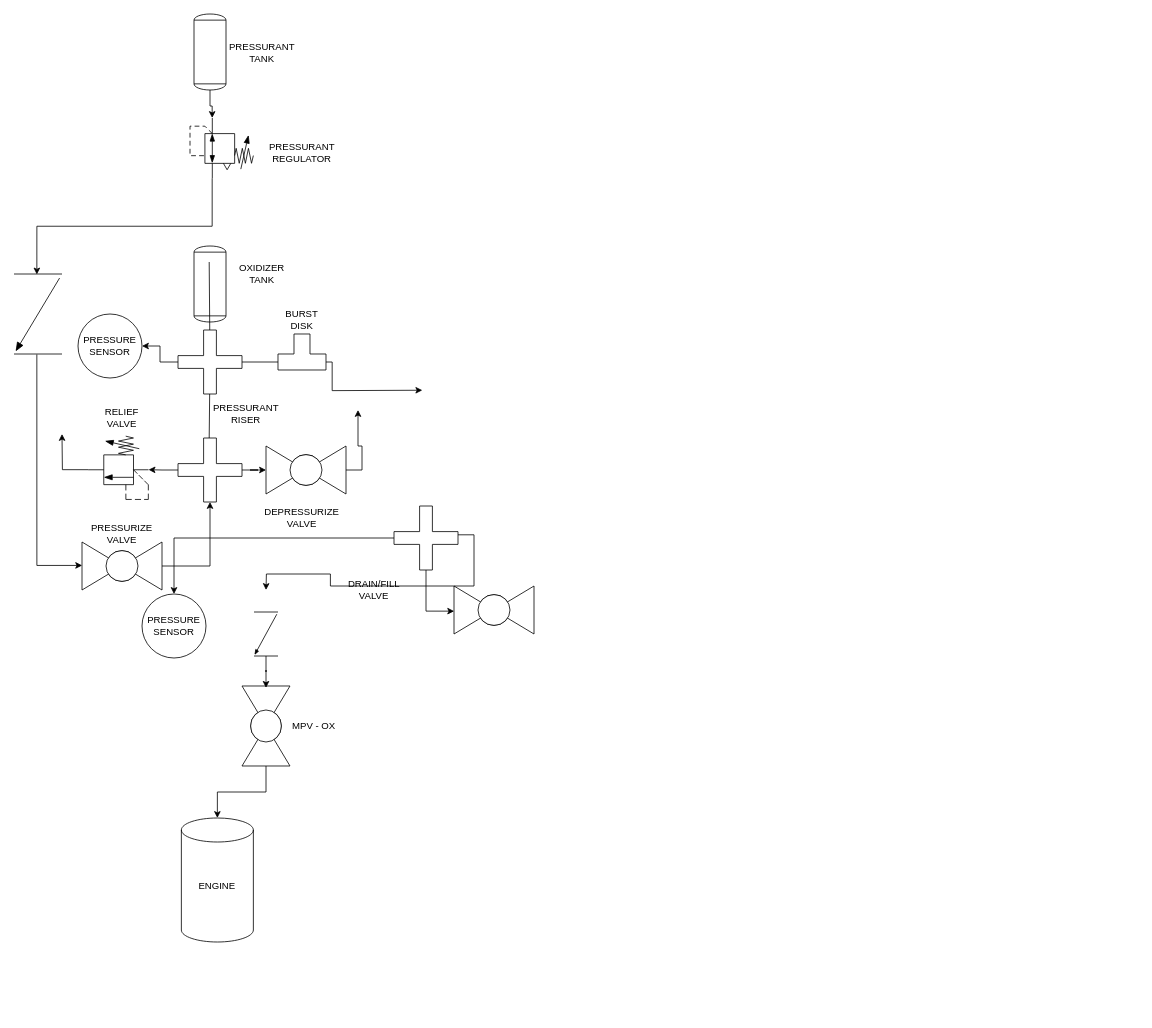
Before: ZEPHYR-X1000.drawio in jaredhumphreys3141/ZEPHYR-X1000, a draw.io diagram. Source tidied: cells renumbered, new cells numbered last; positions are measured from the earlier drawing's top-left corner, leaving out a move shared by most shapes. Both pictures are drawn from the tidied source at 80%, with x=0, y=0 at pixel (-2, 14).
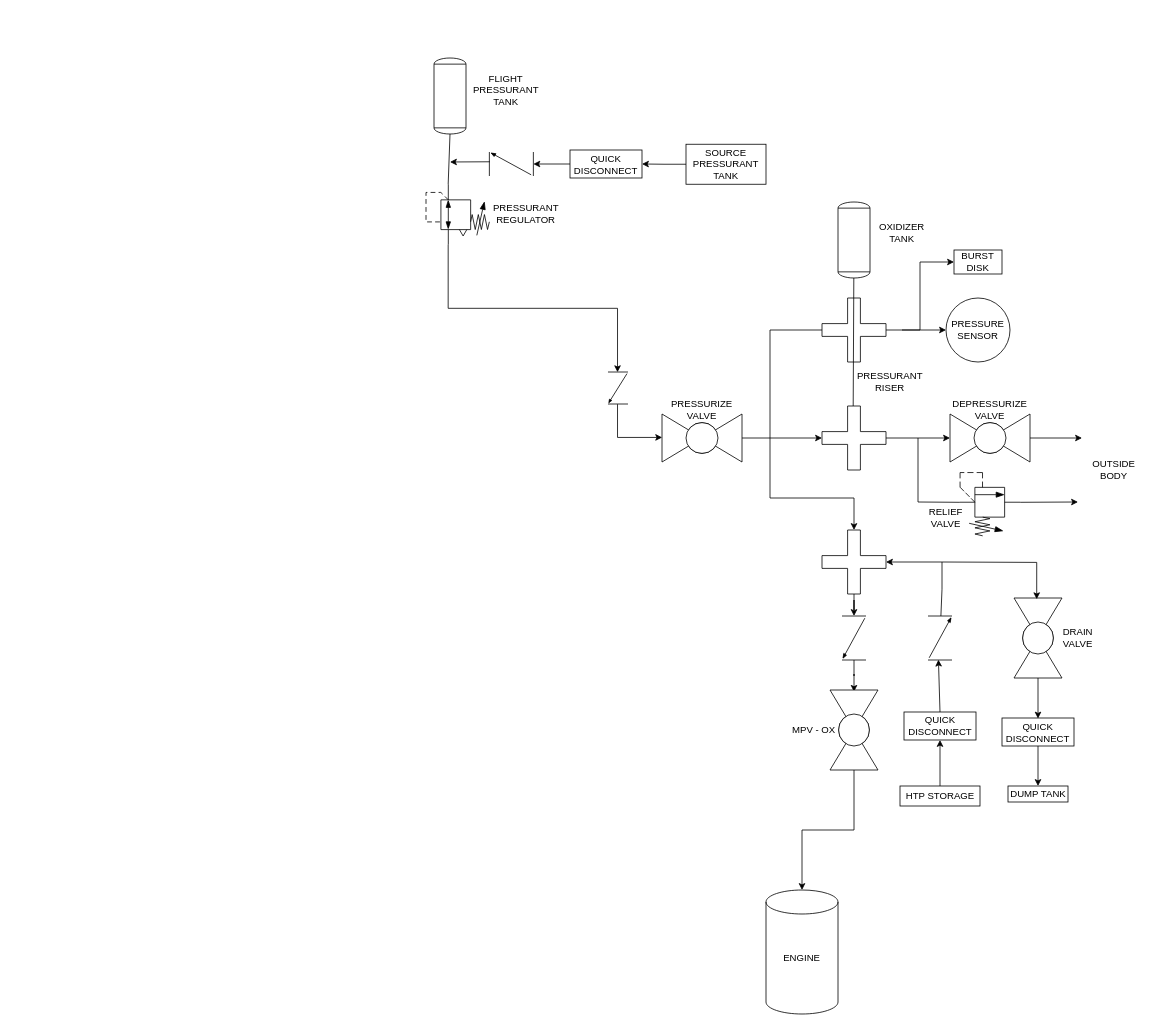
Above is the later version.

Change to the diagram source:
```diff
@@
-    <mxCell id="2" style="edgeStyle=orthogonalEdgeStyle;rounded=0;jettySize=auto;html=1;entryX=0.35;entryY=0;entryDx=0;entryDy=0;entryPerimeter=0;" parent="1" edge="1" source="3" target="6">
-      <mxGeometry relative="1" as="geometry" />
-    </mxCell>
     <mxCell id="3" style="shape=mxgraph.pid.vessels.tank;html=1;align=center;verticalLabelPosition=bottom;verticalAlign=top;dashed=0;" parent="1" vertex="1">
-      <mxGeometry x="245" width="40" height="95" as="geometry" />
+      <mxGeometry x="545" y="55" width="40" height="95" as="geometry" />
     </mxCell>
-    <mxCell id="4" style="shape=mxgraph.pid.vessels.tank;html=1;align=center;verticalLabelPosition=bottom;verticalAlign=top;dashed=0;" parent="1" vertex="1">
-      <mxGeometry x="245" y="290" width="40" height="95" as="geometry" />
-    </mxCell>
@@
     <mxCell id="6" style="verticalLabelPosition=bottom;html=1;verticalAlign=top;fillColor=strokeColor;align=center;outlineConnect=0;shape=mxgraph.fluid_power.x10540;points=[[0.35,0,0],[0.35,1,0]];" parent="1" vertex="1">
-      <mxGeometry x="240" y="130" width="79.2" height="75.5" as="geometry" />
+      <mxGeometry x="535" y="212.8" width="79.2" height="75.5" as="geometry" />
     </mxCell>
@@
-    <mxCell id="8" style="edgeStyle=orthogonalEdgeStyle;rounded=0;jettySize=auto;html=1;entryX=0.47;entryY=1;entryDx=0;entryDy=0;entryPerimeter=0;" parent="1" edge="1" source="9" target="17">
-      <mxGeometry relative="1" as="geometry" />
-    </mxCell>
     <mxCell id="9" style="shape=cross;whiteSpace=wrap;html=1;" parent="1" vertex="1">
-      <mxGeometry x="225" y="530" width="80" height="80" as="geometry" />
+      <mxGeometry x="1030" y="490" width="80" height="80" as="geometry" />
     </mxCell>
-    <mxCell id="10" style="edgeStyle=orthogonalEdgeStyle;rounded=0;jettySize=auto;html=1;entryX=0.003;entryY=0.494;entryDx=0;entryDy=0;entryPerimeter=0;exitX=1;exitY=0.5;exitDx=0;exitDy=0;exitPerimeter=0;" parent="1" edge="1" source="37">
-      <mxGeometry relative="1" as="geometry">
-        <mxPoint x="530.4" y="470.3" as="targetPoint" />
-      </mxGeometry>
+    <mxCell id="10" style="edgeStyle=orthogonalEdgeStyle;rounded=0;jettySize=auto;html=1;entryX=0;entryY=0.5;entryDx=0;entryDy=0;exitX=1;exitY=0.5;exitDx=0;exitDy=0;exitPerimeter=0;" parent="1" edge="1" source="37" target="47">
+      <mxGeometry relative="1" as="geometry" />
     </mxCell>
     <mxCell id="11" value="OXIDIZER TANK" style="text;html=1;whiteSpace=wrap;strokeColor=none;fillColor=none;align=center;verticalAlign=middle;rounded=0;" parent="1" vertex="1">
-      <mxGeometry x="300" y="310" width="60" height="30" as="geometry" />
+      <mxGeometry x="1100" y="257.5" width="60" height="30" as="geometry" />
     </mxCell>
     <mxCell id="12" value="PRESSURANT RISER" style="text;html=1;whiteSpace=wrap;strokeColor=none;fillColor=none;align=center;verticalAlign=middle;rounded=0;" parent="1" vertex="1">
-      <mxGeometry x="280" y="485" width="60" height="30" as="geometry" />
+      <mxGeometry x="1085" y="445" width="60" height="30" as="geometry" />
     </mxCell>
@@
-    <mxCell id="14" style="verticalLabelPosition=bottom;align=center;html=1;verticalAlign=top;dashed=0;shape=mxgraph.pid2valves.valve;valveType=ball;rotation=-90;" parent="1" vertex="1">
-      <mxGeometry x="285" y="860" width="100" height="60" as="geometry" />
-    </mxCell>
-    <mxCell id="15" value="MPV - OX" style="text;html=1;whiteSpace=wrap;strokeColor=none;fillColor=none;align=center;verticalAlign=middle;rounded=0;" parent="1" vertex="1">
-      <mxGeometry x="365" y="875" width="60" height="30" as="geometry" />
-    </mxCell>
-    <mxCell id="16" style="edgeStyle=orthogonalEdgeStyle;rounded=0;jettySize=auto;html=1;exitX=0.47;exitY=0;exitDx=0;exitDy=0;exitPerimeter=0;" parent="1" edge="1" source="17">
-      <mxGeometry relative="1" as="geometry">
-        <mxPoint x="80" y="525" as="targetPoint" />
-      </mxGeometry>
-    </mxCell>
-    <mxCell id="17" style="verticalLabelPosition=bottom;html=1;verticalAlign=top;fillColor=strokeColor;align=center;outlineConnect=0;shape=mxgraph.fluid_power.x10500;points=[[0.47,0,0],[0.47,1,0]];rotation=-90;" parent="1" vertex="1">
-      <mxGeometry x="110.9" y="529.5" width="79.1" height="75.5" as="geometry" />
+    <mxCell id="17" style="verticalLabelPosition=bottom;html=1;verticalAlign=top;fillColor=strokeColor;align=center;outlineConnect=0;shape=mxgraph.fluid_power.x10500;points=[[0.47,0,0],[0.47,1,0]];rotation=90;" parent="1" vertex="1">
+      <mxGeometry x="1200.5" y="575" width="79.1" height="75.5" as="geometry" />
     </mxCell>
-    <mxCell id="18" value="RELIEF VALVE" style="text;html=1;whiteSpace=wrap;strokeColor=none;fillColor=none;align=center;verticalAlign=middle;rounded=0;" parent="1" vertex="1">
-      <mxGeometry x="125" y="490" width="60" height="30" as="geometry" />
-    </mxCell>
-    <mxCell id="19" style="verticalLabelPosition=bottom;align=center;html=1;verticalAlign=top;dashed=0;shape=mxgraph.pid2valves.valve;valveType=ball;rotation=0;" parent="1" vertex="1">
-      <mxGeometry x="570" y="715" width="100" height="60" as="geometry" />
+    <mxCell id="19" style="verticalLabelPosition=bottom;align=center;html=1;verticalAlign=top;dashed=0;shape=mxgraph.pid2valves.valve;valveType=ball;rotation=-90;" parent="1" vertex="1">
+      <mxGeometry x="1250" y="750" width="100" height="60" as="geometry" />
     </mxCell>
-    <mxCell id="20" value="DRAIN/FILL VALVE" style="text;html=1;whiteSpace=wrap;strokeColor=none;fillColor=none;align=center;verticalAlign=middle;rounded=0;" parent="1" vertex="1">
-      <mxGeometry x="440" y="705" width="60" height="30" as="geometry" />
+    <mxCell id="20" value="DRAIN VALVE" style="text;html=1;whiteSpace=wrap;strokeColor=none;fillColor=none;align=center;verticalAlign=middle;rounded=0;" parent="1" vertex="1">
+      <mxGeometry x="1319.5" y="765" width="60" height="30" as="geometry" />
     </mxCell>
-    <mxCell id="21" style="edgeStyle=orthogonalEdgeStyle;rounded=0;jettySize=auto;html=1;entryX=0;entryY=0;entryDx=80;entryDy=10;entryPerimeter=0;exitX=0.993;exitY=0.45;exitDx=0;exitDy=0;exitPerimeter=0;" parent="1" edge="1" source="49">
-      <mxGeometry relative="1" as="geometry">
-        <mxPoint x="335" y="720" as="targetPoint" />
-      </mxGeometry>
-    </mxCell>
     <mxCell id="22" value="PRESSURANT REGULATOR" style="text;html=1;whiteSpace=wrap;strokeColor=none;fillColor=none;align=center;verticalAlign=middle;rounded=0;" parent="1" vertex="1">
-      <mxGeometry x="350" y="157.8" width="60" height="30" as="geometry" />
+      <mxGeometry x="630" y="235" width="60" height="30" as="geometry" />
     </mxCell>
-    <mxCell id="23" value="PRESSURANT TANK" style="text;html=1;whiteSpace=wrap;strokeColor=none;fillColor=none;align=center;verticalAlign=middle;rounded=0;" parent="1" vertex="1">
-      <mxGeometry x="300" y="32.5" width="60" height="30" as="geometry" />
+    <mxCell id="23" value="&lt;div&gt;FLIGHT&lt;/div&gt;PRESSURANT TANK" style="text;html=1;whiteSpace=wrap;strokeColor=none;fillColor=none;align=center;verticalAlign=middle;rounded=0;" parent="1" vertex="1">
+      <mxGeometry x="605" y="80" width="60" height="30" as="geometry" />
     </mxCell>
-    <mxCell id="24" style="edgeStyle=orthogonalEdgeStyle;rounded=0;jettySize=auto;html=1;entryX=0.5;entryY=1;entryDx=0;entryDy=0;entryPerimeter=0;" parent="1" edge="1" source="25" target="9">
+    <mxCell id="24" style="edgeStyle=orthogonalEdgeStyle;rounded=0;jettySize=auto;html=1;" parent="1" edge="1" source="25" target="9">
       <mxGeometry relative="1" as="geometry" />
     </mxCell>
     <mxCell id="25" style="verticalLabelPosition=bottom;align=center;html=1;verticalAlign=top;dashed=0;shape=mxgraph.pid2valves.valve;valveType=ball;" parent="1" vertex="1">
-      <mxGeometry x="105" y="660" width="100" height="60" as="geometry" />
+      <mxGeometry x="830" y="500" width="100" height="60" as="geometry" />
     </mxCell>
     <mxCell id="26" value="PRESSURIZE VALVE" style="text;html=1;whiteSpace=wrap;strokeColor=none;fillColor=none;align=center;verticalAlign=middle;rounded=0;" parent="1" vertex="1">
-      <mxGeometry x="125" y="635" width="60" height="30" as="geometry" />
+      <mxGeometry x="850" y="480" width="60" height="30" as="geometry" />
     </mxCell>
-    <mxCell id="27" style="edgeStyle=orthogonalEdgeStyle;rounded=0;jettySize=auto;html=1;" parent="1" edge="1" source="28">
-      <mxGeometry relative="1" as="geometry">
-        <mxPoint x="450" y="495" as="targetPoint" />
-        <Array as="points">
-          <mxPoint x="455" y="570" />
-          <mxPoint x="455" y="540" />
-          <mxPoint x="450" y="540" />
-        </Array>
-      </mxGeometry>
-    </mxCell>
     <mxCell id="28" style="verticalLabelPosition=bottom;align=center;html=1;verticalAlign=top;dashed=0;shape=mxgraph.pid2valves.valve;valveType=ball;" parent="1" vertex="1">
-      <mxGeometry x="335" y="540" width="100" height="60" as="geometry" />
+      <mxGeometry x="1190" y="500" width="100" height="60" as="geometry" />
     </mxCell>
     <mxCell id="29" value="DEPRESSURIZE VALVE" style="text;html=1;whiteSpace=wrap;strokeColor=none;fillColor=none;align=center;verticalAlign=middle;rounded=0;" parent="1" vertex="1">
-      <mxGeometry x="350" y="615" width="60" height="30" as="geometry" />
+      <mxGeometry x="1210" y="480" width="60" height="30" as="geometry" />
     </mxCell>
-    <mxCell id="30" style="endArrow=none;html=1;rounded=0;" parent="1" edge="1" source="37">
-      <mxGeometry relative="1" as="geometry">
-        <mxPoint x="264" y="310" as="targetPoint" />
-      </mxGeometry>
-    </mxCell>
@@
     <mxCell id="32" style="verticalLabelPosition=bottom;align=center;html=1;verticalAlign=top;dashed=0;shape=mxgraph.pid2valves.valve;valveType=check;rotation=90;" parent="1" vertex="1">
-      <mxGeometry y="345" width="100" height="60" as="geometry" />
+      <mxGeometry x="755" y="455" width="40" height="25" as="geometry" />
     </mxCell>
-    <mxCell id="33" style="edgeStyle=orthogonalEdgeStyle;rounded=0;jettySize=auto;html=1;entryX=0.002;entryY=0.524;entryDx=0;entryDy=0;entryPerimeter=0;" parent="1" edge="1" source="49" target="19">
-      <mxGeometry relative="1" as="geometry" />
-    </mxCell>
-    <mxCell id="34" style="edgeStyle=orthogonalEdgeStyle;rounded=0;jettySize=auto;html=1;" parent="1" edge="1" source="49" target="39">
-      <mxGeometry relative="1" as="geometry" />
-    </mxCell>
-    <mxCell id="35" style="endArrow=none;html=1;rounded=0;" parent="1" edge="1" target="37">
-      <mxGeometry relative="1" as="geometry">
-        <mxPoint x="264" y="530" as="sourcePoint" />
-      </mxGeometry>
-    </mxCell>
-    <mxCell id="36" style="edgeStyle=orthogonalEdgeStyle;rounded=0;jettySize=auto;html=1;entryX=1;entryY=0.5;entryDx=0;entryDy=0;" parent="1" edge="1" source="37" target="42">
-      <mxGeometry relative="1" as="geometry" />
-    </mxCell>
     <mxCell id="37" style="shape=cross;whiteSpace=wrap;html=1;" parent="1" vertex="1">
-      <mxGeometry x="225" y="395" width="80" height="80" as="geometry" />
+      <mxGeometry x="1030" y="355" width="80" height="80" as="geometry" />
     </mxCell>
-    <mxCell id="38" style="group;" parent="1" vertex="1">
-      <mxGeometry x="180" y="725" width="80" height="80" as="geometry" />
-    </mxCell>
-    <mxCell id="39" style="ellipse;whiteSpace=wrap;html=1;" parent="38" vertex="1">
-      <mxGeometry width="80" height="80" as="geometry" />
-    </mxCell>
-    <mxCell id="40" value="PRESSURE SENSOR" style="text;html=1;whiteSpace=wrap;strokeColor=none;fillColor=none;align=center;verticalAlign=middle;rounded=0;" parent="38" vertex="1">
-      <mxGeometry x="10" y="25" width="60" height="30" as="geometry" />
-    </mxCell>
-    <mxCell id="41" style="group;" parent="1" vertex="1">
-      <mxGeometry x="100" y="375" width="80" height="80" as="geometry" />
-    </mxCell>
-    <mxCell id="42" style="ellipse;whiteSpace=wrap;html=1;" parent="41" vertex="1">
-      <mxGeometry width="80" height="80" as="geometry" />
-    </mxCell>
-    <mxCell id="43" value="PRESSURE SENSOR" style="text;html=1;whiteSpace=wrap;strokeColor=none;fillColor=none;align=center;verticalAlign=middle;rounded=0;" parent="41" vertex="1">
-      <mxGeometry x="10" y="25" width="60" height="30" as="geometry" />
-    </mxCell>
     <mxCell id="44" style="group;" parent="1" vertex="1">
-      <mxGeometry x="229.2" y="1005" width="90" height="155" as="geometry" />
+      <mxGeometry x="960" y="1095" width="90" height="155" as="geometry" />
     </mxCell>
@@
-    <mxCell id="47" value="&lt;div&gt;&lt;br&gt;&lt;/div&gt;BURST DISK" style="text;html=1;whiteSpace=wrap;strokeColor=none;fillColor=none;align=center;verticalAlign=middle;rounded=0;" parent="1" vertex="1">
-      <mxGeometry x="350" y="360" width="60" height="30" as="geometry" />
+    <mxCell id="47" value="&lt;div&gt;&lt;span style=&quot;background-color: transparent; color: light-dark(rgb(0, 0, 0), rgb(255, 255, 255));&quot;&gt;BURST DISK&lt;/span&gt;&lt;/div&gt;" style="text;html=1;whiteSpace=wrap;strokeColor=default;fillColor=none;align=center;verticalAlign=middle;rounded=0;" parent="1" vertex="1">
+      <mxGeometry x="1195" y="295" width="60" height="30" as="geometry" />
     </mxCell>
-    <mxCell id="48" style="shape=tee;whiteSpace=wrap;html=1;rotation=-180;" parent="1" vertex="1">
-      <mxGeometry x="350" y="400" width="60" height="45" as="geometry" />
-    </mxCell>
+    <mxCell id="52" style="edgeStyle=orthogonalEdgeStyle;rounded=0;jettySize=auto;html=1;" parent="1" edge="1" source="49" target="51">
+      <mxGeometry relative="1" as="geometry" />
+    </mxCell>
     <mxCell id="49" style="shape=cross;whiteSpace=wrap;html=1;" parent="1" vertex="1">
-      <mxGeometry x="495" y="615" width="80" height="80" as="geometry" />
+      <mxGeometry x="1030" y="645" width="80" height="80" as="geometry" />
     </mxCell>
@@
     <mxCell id="51" style="verticalLabelPosition=bottom;align=center;html=1;verticalAlign=top;dashed=0;shape=mxgraph.pid2valves.valve;valveType=check;rotation=90;" parent="1" vertex="1">
-      <mxGeometry x="307.5" y="760" width="55" height="30" as="geometry" />
+      <mxGeometry x="1042.5" y="765" width="55" height="30" as="geometry" />
     </mxCell>
+    <mxCell id="35" style="endArrow=none;html=1;rounded=0;" parent="1" edge="1" source="4">
+      <mxGeometry relative="1" as="geometry">
+        <mxPoint x="1070" y="235" as="targetPoint" />
+      </mxGeometry>
+    </mxCell>
+    <mxCell id="4" style="shape=mxgraph.pid.vessels.tank;html=1;align=center;verticalLabelPosition=bottom;verticalAlign=top;dashed=0;" parent="1" vertex="1">
+      <mxGeometry x="1050" y="235" width="40" height="95" as="geometry" />
+    </mxCell>
+    <mxCell id="53" style="endArrow=classic;html=1;rounded=0;" parent="1" edge="1">
+      <mxGeometry relative="1" as="geometry">
+        <mxPoint x="1130" y="395" as="sourcePoint" />
+        <mxPoint x="1185" y="395" as="targetPoint" />
+      </mxGeometry>
+    </mxCell>
+    <mxCell id="54" style="endArrow=none;html=1;rounded=0;" parent="1" edge="1" target="4">
+      <mxGeometry relative="1" as="geometry">
+        <mxPoint x="1069" y="490" as="sourcePoint" />
+      </mxGeometry>
+    </mxCell>
+    <mxCell id="55" style="endArrow=none;html=1;rounded=0;edgeStyle=orthogonalEdgeStyle;startArrow=none;startFill=0;endFill=0;" parent="1" edge="1">
+      <mxGeometry relative="1" as="geometry">
+        <mxPoint x="1150" y="530" as="sourcePoint" />
+        <mxPoint x="1150" y="610" as="targetPoint" />
+      </mxGeometry>
+    </mxCell>
+    <mxCell id="56" style="endArrow=none;html=1;rounded=0;entryX=0.47;entryY=1;entryDx=0;entryDy=0;entryPerimeter=0;" parent="1" edge="1" target="17">
+      <mxGeometry relative="1" as="geometry">
+        <mxPoint x="1150" y="610" as="sourcePoint" />
+      </mxGeometry>
+    </mxCell>
+    <mxCell id="18" value="RELIEF VALVE" style="text;html=1;whiteSpace=wrap;strokeColor=none;fillColor=none;align=center;verticalAlign=middle;rounded=0;" parent="1" vertex="1">
+      <mxGeometry x="1155" y="615" width="60" height="30" as="geometry" />
+    </mxCell>
+    <mxCell id="57" style="endArrow=classic;html=1;rounded=0;exitX=0.47;exitY=0;exitDx=0;exitDy=0;exitPerimeter=0;" parent="1" edge="1" source="17">
+      <mxGeometry relative="1" as="geometry">
+        <mxPoint x="1350" y="610" as="targetPoint" />
+      </mxGeometry>
+    </mxCell>
+    <mxCell id="58" style="endArrow=classic;html=1;rounded=0;edgeStyle=orthogonalEdgeStyle;" parent="1" edge="1" source="28">
+      <mxGeometry relative="1" as="geometry">
+        <mxPoint x="1355" y="530" as="targetPoint" />
+        <Array as="points">
+          <mxPoint x="1340" y="530" />
+          <mxPoint x="1340" y="530" />
+        </Array>
+      </mxGeometry>
+    </mxCell>
+    <mxCell id="59" value="OUTSIDE BODY" style="text;html=1;whiteSpace=wrap;strokeColor=none;fillColor=none;align=center;verticalAlign=middle;rounded=0;" parent="1" vertex="1">
+      <mxGeometry x="1365" y="555" width="60" height="30" as="geometry" />
+    </mxCell>
+    <mxCell id="60" style="group;" parent="1" vertex="1">
+      <mxGeometry x="990" y="865" width="130" height="60" as="geometry" />
+    </mxCell>
+    <mxCell id="14" style="verticalLabelPosition=bottom;align=center;html=1;verticalAlign=top;dashed=0;shape=mxgraph.pid2valves.valve;valveType=ball;rotation=-90;" parent="60" vertex="1">
+      <mxGeometry x="30" width="100" height="60" as="geometry" />
+    </mxCell>
+    <mxCell id="15" value="MPV - OX" style="text;html=1;whiteSpace=wrap;strokeColor=none;fillColor=none;align=center;verticalAlign=middle;rounded=0;" parent="60" vertex="1">
+      <mxGeometry y="15" width="60" height="30" as="geometry" />
+    </mxCell>
+    <mxCell id="61" style="endArrow=classic;html=1;rounded=0;edgeStyle=orthogonalEdgeStyle;entryX=0.5;entryY=0;entryDx=0;entryDy=0;entryPerimeter=0;" parent="1" edge="1" source="37" target="49">
+      <mxGeometry relative="1" as="geometry">
+        <Array as="points">
+          <mxPoint x="965" y="395" />
+          <mxPoint x="965" y="605" />
+          <mxPoint x="1070" y="605" />
+        </Array>
+      </mxGeometry>
+    </mxCell>
+    <mxCell id="62" style="group;" parent="1" vertex="1">
+      <mxGeometry x="1185" y="355" width="80" height="80" as="geometry" />
+    </mxCell>
+    <mxCell id="42" style="ellipse;whiteSpace=wrap;html=1;" parent="62" vertex="1">
+      <mxGeometry width="80" height="80" as="geometry" />
+    </mxCell>
+    <mxCell id="43" value="PRESSURE SENSOR" style="text;html=1;whiteSpace=wrap;strokeColor=none;fillColor=none;align=center;verticalAlign=middle;rounded=0;" parent="62" vertex="1">
+      <mxGeometry x="10" y="25" width="60" height="30" as="geometry" />
+    </mxCell>
+    <mxCell id="63" style="verticalLabelPosition=bottom;align=center;html=1;verticalAlign=top;dashed=0;shape=mxgraph.pid2valves.valve;valveType=check;rotation=-90;" parent="1" vertex="1">
+      <mxGeometry x="1150" y="765" width="55" height="30" as="geometry" />
+    </mxCell>
+    <mxCell id="64" style="endArrow=classic;html=1;rounded=0;edgeStyle=orthogonalEdgeStyle;entryX=1;entryY=0.5;entryDx=0;entryDy=0;entryPerimeter=0;" parent="1" edge="1" source="63" target="49">
+      <mxGeometry relative="1" as="geometry">
+        <Array as="points">
+          <mxPoint x="1180" y="719" />
+          <mxPoint x="1180" y="685" />
+        </Array>
+      </mxGeometry>
+    </mxCell>
+    <mxCell id="65" style="endArrow=classic;html=1;rounded=0;entryX=0.007;entryY=0.435;entryDx=0;entryDy=0;entryPerimeter=0;exitX=0.5;exitY=0;exitDx=0;exitDy=0;" parent="1" edge="1" source="71" target="63">
+      <mxGeometry relative="1" as="geometry" />
+    </mxCell>
+    <mxCell id="66" value="HTP STORAGE" style="rounded=0;whiteSpace=wrap;html=1;" parent="1" vertex="1">
+      <mxGeometry x="1127.5" y="965" width="100" height="25" as="geometry" />
+    </mxCell>
+    <mxCell id="67" style="endArrow=classic;html=1;rounded=0;edgeStyle=orthogonalEdgeStyle;entryX=0.985;entryY=0.473;entryDx=0;entryDy=0;entryPerimeter=0;" parent="1" edge="1" target="19">
+      <mxGeometry relative="1" as="geometry">
+        <mxPoint x="1180" y="685" as="sourcePoint" />
+      </mxGeometry>
+    </mxCell>
+    <mxCell id="68" style="endArrow=classic;html=1;rounded=0;" parent="1" edge="1" source="19">
+      <mxGeometry relative="1" as="geometry">
+        <mxPoint x="1300" y="880.7" as="targetPoint" />
+      </mxGeometry>
+    </mxCell>
+    <mxCell id="69" value="DUMP TANK" style="rounded=0;whiteSpace=wrap;html=1;" parent="1" vertex="1">
+      <mxGeometry x="1262.5" y="965" width="75" height="20" as="geometry" />
+    </mxCell>
+    <mxCell id="70" style="endArrow=none;html=1;rounded=0;entryX=0.5;entryY=1;entryDx=0;entryDy=0;entryPerimeter=0;exitX=0.35;exitY=0;exitDx=0;exitDy=0;exitPerimeter=0;" parent="1" edge="1" source="6" target="3">
+      <mxGeometry relative="1" as="geometry" />
+    </mxCell>
+    <mxCell id="71" value="QUICK DISCONNECT" style="rounded=0;whiteSpace=wrap;html=1;" parent="1" vertex="1">
+      <mxGeometry x="1132.5" y="872.5" width="90" height="35" as="geometry" />
+    </mxCell>
+    <mxCell id="72" style="endArrow=classic;html=1;rounded=0;exitX=0.5;exitY=0;exitDx=0;exitDy=0;entryX=0.5;entryY=1;entryDx=0;entryDy=0;" parent="1" edge="1" source="66" target="71">
+      <mxGeometry relative="1" as="geometry" />
+    </mxCell>
+    <mxCell id="73" style="edgeStyle=orthogonalEdgeStyle;rounded=0;jettySize=auto;html=1;" parent="1" edge="1" source="74" target="69">
+      <mxGeometry relative="1" as="geometry" />
+    </mxCell>
+    <mxCell id="74" value="QUICK DISCONNECT" style="rounded=0;whiteSpace=wrap;html=1;" parent="1" vertex="1">
+      <mxGeometry x="1255" y="880" width="90" height="35" as="geometry" />
+    </mxCell>
+    <mxCell id="75" style="edgeStyle=orthogonalEdgeStyle;rounded=0;jettySize=auto;html=1;" parent="1" edge="1" source="76" target="77">
+      <mxGeometry relative="1" as="geometry" />
+    </mxCell>
+    <mxCell id="76" value="QUICK DISCONNECT" style="rounded=0;whiteSpace=wrap;html=1;" parent="1" vertex="1">
+      <mxGeometry x="715" y="170" width="90" height="35" as="geometry" />
+    </mxCell>
+    <mxCell id="77" style="verticalLabelPosition=bottom;align=center;html=1;verticalAlign=top;dashed=0;shape=mxgraph.pid2valves.valve;valveType=check;rotation=-180;" parent="1" vertex="1">
+      <mxGeometry x="614.2" y="172.5" width="55" height="30" as="geometry" />
+    </mxCell>
+    <mxCell id="78" style="endArrow=classic;html=1;rounded=0;exitX=0.99;exitY=0.593;exitDx=0;exitDy=0;exitPerimeter=0;" parent="1" edge="1" source="77">
+      <mxGeometry relative="1" as="geometry">
+        <mxPoint x="565" y="185" as="targetPoint" />
+      </mxGeometry>
+    </mxCell>
+    <mxCell id="79" style="edgeStyle=orthogonalEdgeStyle;rounded=0;jettySize=auto;html=1;" parent="1" edge="1" source="80" target="76">
+      <mxGeometry relative="1" as="geometry" />
+    </mxCell>
+    <mxCell id="80" value="SOURCE PRESSURANT TANK" style="rounded=0;whiteSpace=wrap;html=1;" parent="1" vertex="1">
+      <mxGeometry x="860" y="162.8" width="100" height="50" as="geometry" />
+    </mxCell>
```
